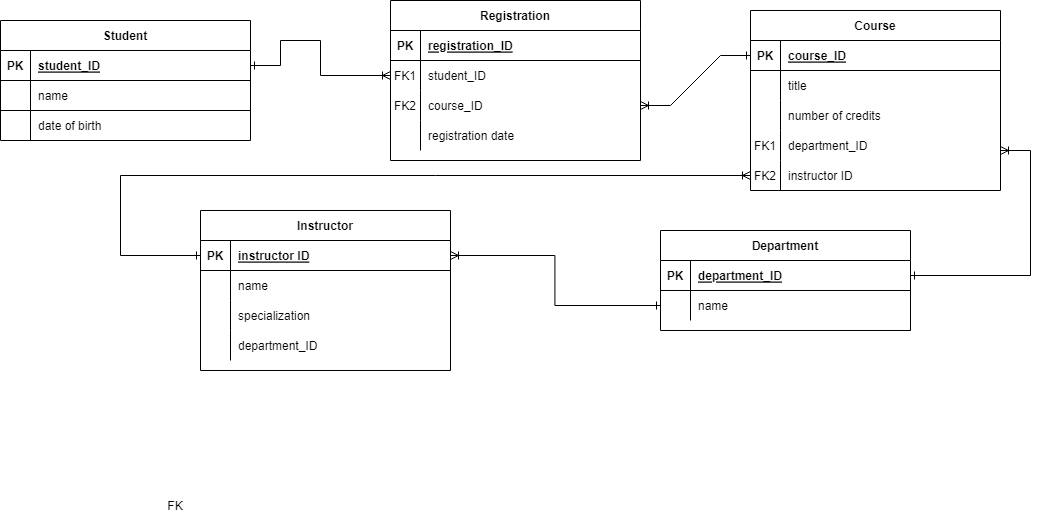
Earlier version of the draw.io export week11/CW11-2-1-ERD.png (ffarzam/CW-98). Source tidied: cells renumbered, new cells last; positions are measured from the earlier drawing's top-left corner, leaving out a move shared by most shapes.
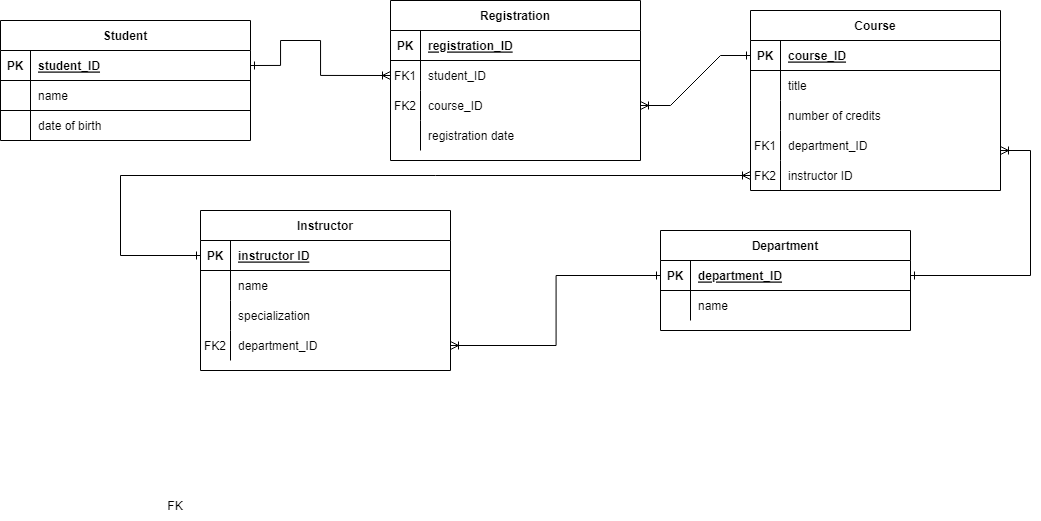
Later version of the same file.

Commit message:
upfating  CW11-2-1-ERD

What changed in the source:
```diff
@@ -201,7 +201,7 @@
         </Array>
       </mxGeometry>
     </mxCell>
-    <mxCell id="64" style="edgeStyle=elbowEdgeStyle;rounded=0;jettySize=auto;html=1;endArrow=ERone;endFill=0;startArrow=ERoneToMany;startFill=0;" parent="1" edge="1" source="42" target="58">
+    <mxCell id="64" style="edgeStyle=elbowEdgeStyle;rounded=0;jettySize=auto;html=1;endArrow=ERone;endFill=0;startArrow=ERoneToMany;startFill=0;exitX=1;exitY=0.5;exitDx=0;exitDy=0;entryX=0;entryY=0.5;entryDx=0;entryDy=0;" parent="1" edge="1" source="51" target="55">
       <mxGeometry relative="1" as="geometry" />
     </mxCell>
     <mxCell id="65" value="FK" style="shape=partialRectangle;overflow=hidden;fillColor=none;top=0;left=0;bottom=0;right=0;" parent="1" vertex="1">
@@ -223,5 +223,8 @@
         </Array>
       </mxGeometry>
     </mxCell>
+    <mxCell id="70" value="FK2" style="shape=partialRectangle;overflow=hidden;fillColor=none;top=0;left=0;bottom=0;right=0;" parent="1" vertex="1">
+      <mxGeometry x="200" y="330" width="30" height="30" as="geometry" />
+    </mxCell>
   </root>
 </mxGraphModel>
```
